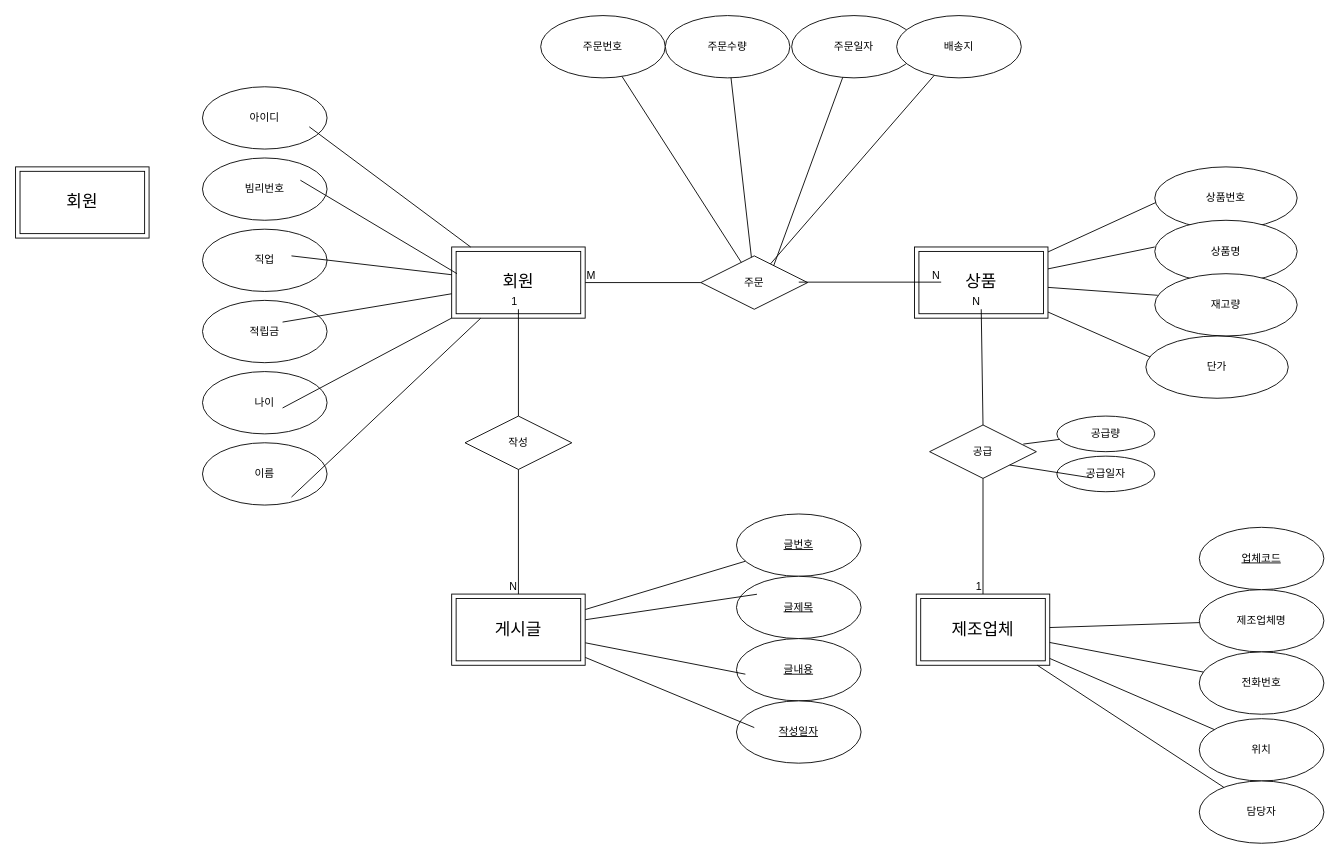
This is page "ERD" (1 of 2) of 한빛마트.drawio from rlatldhs123/oraclesource, a draw.io file, before an edit. Source tidied: cells renumbered, new cells numbered last; positions are measured from the earlier drawing's top-left corner, leaving out a move shared by most shapes. Both pictures are drawn from the tidied source at 89%, with x=0, y=0 at pixel (15, 15).
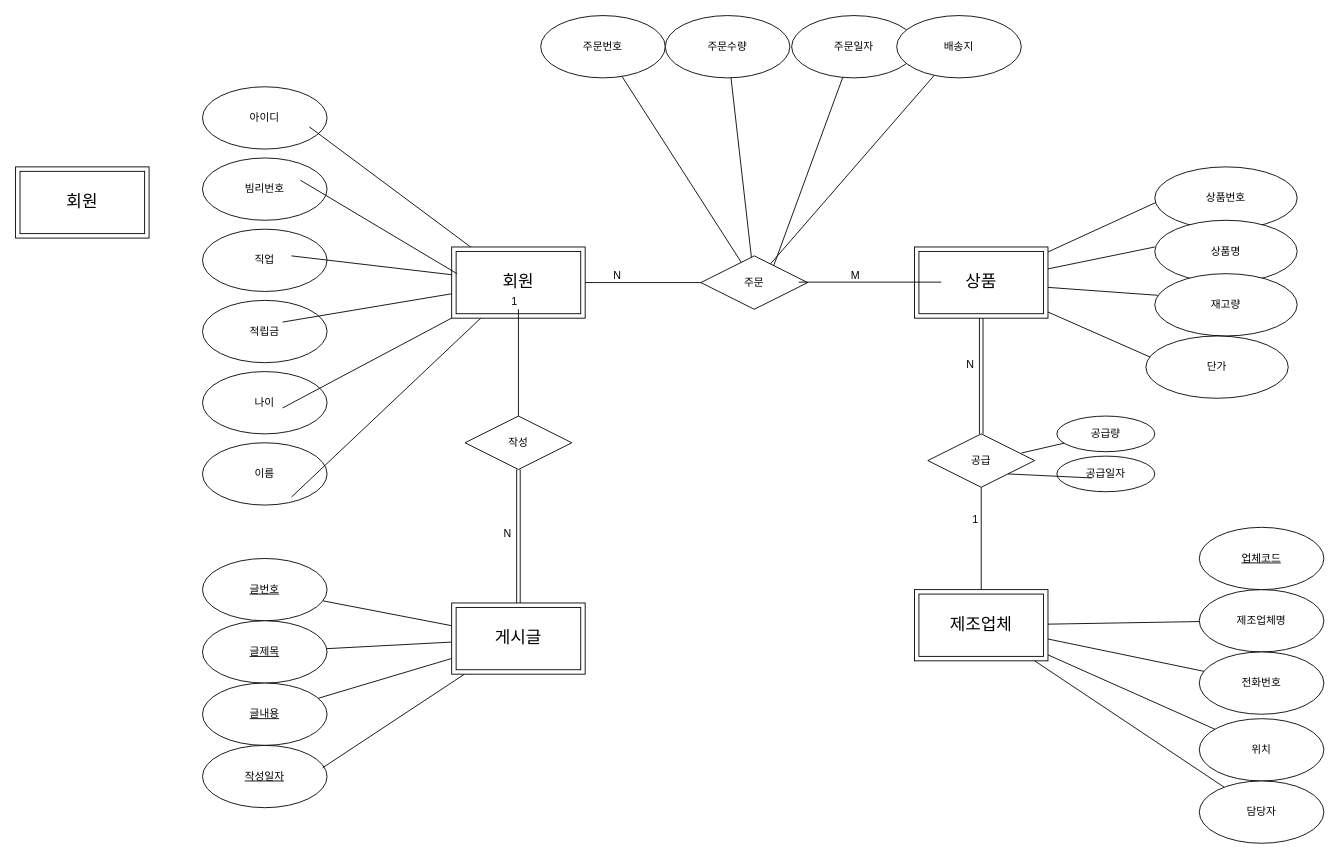
The same diagram, later.

Commit message (it also covers changes not shown here):
한빛마트.drawio 업데이트

Unchanged cells that the change refers to:
```xml
<mxCell id="13" value="&lt;font style=&quot;font-size: 19px;&quot;&gt;상품&lt;/font&gt;" style="shape=ext;margin=3;double=1;whiteSpace=wrap;html=1;align=center;" parent="1" vertex="1">
  <mxGeometry x="1010" y="260" width="150" height="80" as="geometry" />
</mxCell>
<mxCell id="45" style="endArrow=none;html=1;rounded=0;" parent="1" edge="1">
  <mxGeometry relative="1" as="geometry">
    <mxPoint x="880" y="299.5" as="sourcePoint" />
    <mxPoint x="1040" y="299.5" as="targetPoint" />
  </mxGeometry>
</mxCell>
<mxCell id="47" style="endArrow=none;html=1;rounded=0;" parent="1" edge="1" target="44">
  <mxGeometry relative="1" as="geometry">
    <mxPoint x="640" y="300" as="sourcePoint" />
  </mxGeometry>
</mxCell>
<mxCell id="52" style="endArrow=none;html=1;rounded=0;entryX=0.5;entryY=0;entryDx=0;entryDy=0;exitX=0.5;exitY=1;exitDx=0;exitDy=0;" parent="1" edge="1" source="49" target="21">
  <mxGeometry relative="1" as="geometry" />
</mxCell>
<mxCell id="62" value="작성" style="shape=rhombus;perimeter=rhombusPerimeter;whiteSpace=wrap;html=1;align=center;" parent="1" vertex="1">
  <mxGeometry x="505" y="450" width="120" height="60" as="geometry" />
</mxCell>
```

Diff of the diagram source:
```diff
@@
     <mxCell id="21" value="&lt;span style=&quot;font-size: 19px;&quot;&gt;제조업체&lt;/span&gt;" style="shape=ext;margin=3;double=1;whiteSpace=wrap;html=1;align=center;" parent="1" vertex="1">
-      <mxGeometry x="1012" y="650" width="150" height="80" as="geometry" />
+      <mxGeometry x="1010" y="645" width="150" height="80" as="geometry" />
     </mxCell>
@@
     <mxCell id="26" value="글번호" style="ellipse;whiteSpace=wrap;html=1;align=center;fontStyle=4;" parent="1" vertex="1">
-      <mxGeometry x="810" y="560" width="140" height="70" as="geometry" />
+      <mxGeometry x="210" y="610" width="140" height="70" as="geometry" />
     </mxCell>
     <mxCell id="27" value="글제목" style="ellipse;whiteSpace=wrap;html=1;align=center;fontStyle=4;" parent="1" vertex="1">
-      <mxGeometry x="810" y="630" width="140" height="70" as="geometry" />
+      <mxGeometry x="210" y="680" width="140" height="70" as="geometry" />
     </mxCell>
     <mxCell id="28" value="글내용" style="ellipse;whiteSpace=wrap;html=1;align=center;fontStyle=4;" parent="1" vertex="1">
-      <mxGeometry x="810" y="700" width="140" height="70" as="geometry" />
+      <mxGeometry x="210" y="750" width="140" height="70" as="geometry" />
     </mxCell>
     <mxCell id="29" value="작성일자" style="ellipse;whiteSpace=wrap;html=1;align=center;fontStyle=4;" parent="1" vertex="1">
-      <mxGeometry x="810" y="770" width="140" height="70" as="geometry" />
+      <mxGeometry x="210" y="820" width="140" height="70" as="geometry" />
     </mxCell>
@@
-    <mxCell id="31" style="endArrow=none;html=1;rounded=0;" parent="1" edge="1" source="34">
-      <mxGeometry relative="1" as="geometry">
-        <mxPoint x="833" y="650.2" as="targetPoint" />
-      </mxGeometry>
+    <mxCell id="31" style="endArrow=none;html=1;rounded=0;" parent="1" edge="1" source="34" target="27">
+      <mxGeometry relative="1" as="geometry" />
     </mxCell>
-    <mxCell id="32" style="endArrow=none;html=1;rounded=0;" parent="1" edge="1" source="34">
-      <mxGeometry relative="1" as="geometry">
-        <mxPoint x="820" y="740" as="targetPoint" />
-      </mxGeometry>
+    <mxCell id="32" style="endArrow=none;html=1;rounded=0;" parent="1" edge="1" source="34" target="28">
+      <mxGeometry relative="1" as="geometry" />
     </mxCell>
-    <mxCell id="33" style="endArrow=none;html=1;rounded=0;" parent="1" edge="1" source="34">
-      <mxGeometry relative="1" as="geometry">
-        <mxPoint x="830" y="800" as="targetPoint" />
-      </mxGeometry>
+    <mxCell id="33" style="endArrow=none;html=1;rounded=0;entryX=0.965;entryY=0.359;entryDx=0;entryDy=0;entryPerimeter=0;" parent="1" edge="1" source="34" target="29">
+      <mxGeometry relative="1" as="geometry" />
     </mxCell>
     <mxCell id="34" value="&lt;span style=&quot;font-size: 19px;&quot;&gt;게시글&lt;/span&gt;" style="shape=ext;margin=3;double=1;whiteSpace=wrap;html=1;align=center;" parent="1" vertex="1">
-      <mxGeometry x="490" y="650" width="150" height="80" as="geometry" />
+      <mxGeometry x="490" y="660" width="150" height="80" as="geometry" />
     </mxCell>
@@
-    <mxCell id="46" value="N" style="html=1;whiteSpace=wrap;align=right;verticalAlign=bottom;" parent="45" vertex="1">
-      <mxGeometry x="1" relative="1" as="geometry" />
+    <mxCell id="46" value="M" style="html=1;whiteSpace=wrap;align=right;verticalAlign=bottom;" parent="45" vertex="1">
+      <mxGeometry x="1" relative="1" as="geometry">
+        <mxPoint x="-90" y="1" as="offset" />
+      </mxGeometry>
     </mxCell>
@@
-    <mxCell id="48" value="M" style="html=1;whiteSpace=wrap;align=left;verticalAlign=bottom;" parent="47" vertex="1">
-      <mxGeometry x="-1" relative="1" as="geometry" />
+    <mxCell id="48" value="N" style="html=1;whiteSpace=wrap;align=left;verticalAlign=bottom;" parent="47" vertex="1">
+      <mxGeometry x="-1" relative="1" as="geometry">
+        <mxPoint x="30" as="offset" />
+      </mxGeometry>
     </mxCell>
     <mxCell id="49" value="공급" style="shape=rhombus;perimeter=rhombusPerimeter;whiteSpace=wrap;html=1;align=center;" parent="1" vertex="1">
-      <mxGeometry x="1027" y="460" width="120" height="60" as="geometry" />
+      <mxGeometry x="1025" y="470" width="120" height="60" as="geometry" />
     </mxCell>
-    <mxCell id="50" style="endArrow=none;html=1;rounded=0;exitX=0.5;exitY=0;exitDx=0;exitDy=0;" parent="1" edge="1" source="49">
-      <mxGeometry relative="1" as="geometry">
-        <mxPoint x="1085" y="330" as="targetPoint" />
-      </mxGeometry>
-    </mxCell>
-    <mxCell id="51" value="N" style="html=1;whiteSpace=wrap;align=right;verticalAlign=bottom;" parent="50" vertex="1">
-      <mxGeometry x="1" relative="1" as="geometry" />
-    </mxCell>
@@
     <mxCell id="53" value="1" style="html=1;whiteSpace=wrap;align=right;verticalAlign=bottom;" parent="52" vertex="1">
-      <mxGeometry x="1" relative="1" as="geometry" />
+      <mxGeometry x="1" relative="1" as="geometry">
+        <mxPoint x="-2" y="-70" as="offset" />
+      </mxGeometry>
     </mxCell>
@@
-    <mxCell id="65" style="endArrow=none;html=1;rounded=0;" parent="1" edge="1" source="62" target="34">
-      <mxGeometry relative="1" as="geometry" />
-    </mxCell>
-    <mxCell id="66" value="N" style="html=1;whiteSpace=wrap;align=right;verticalAlign=bottom;" parent="65" vertex="1">
-      <mxGeometry x="1" relative="1" as="geometry" />
-    </mxCell>
@@
+    <mxCell id="71" style="shape=link;html=1;rounded=0;" parent="1" edge="1" source="13" target="49">
+      <mxGeometry relative="1" as="geometry" />
+    </mxCell>
+    <mxCell id="72" value="N&amp;nbsp;&amp;nbsp;" style="html=1;whiteSpace=wrap;align=right;verticalAlign=bottom;" parent="71" vertex="1">
+      <mxGeometry x="1" relative="1" as="geometry">
+        <mxPoint y="-70" as="offset" />
+      </mxGeometry>
+    </mxCell>
+    <mxCell id="65" style="shape=link;html=1;rounded=0;" parent="1" edge="1" source="62" target="34">
+      <mxGeometry relative="1" as="geometry" />
+    </mxCell>
+    <mxCell id="73" value="N&amp;nbsp;&amp;nbsp;" style="html=1;whiteSpace=wrap;align=right;verticalAlign=bottom;" parent="65" vertex="1">
+      <mxGeometry x="1" relative="1" as="geometry">
+        <mxPoint y="-70" as="offset" />
+      </mxGeometry>
+    </mxCell>
```
